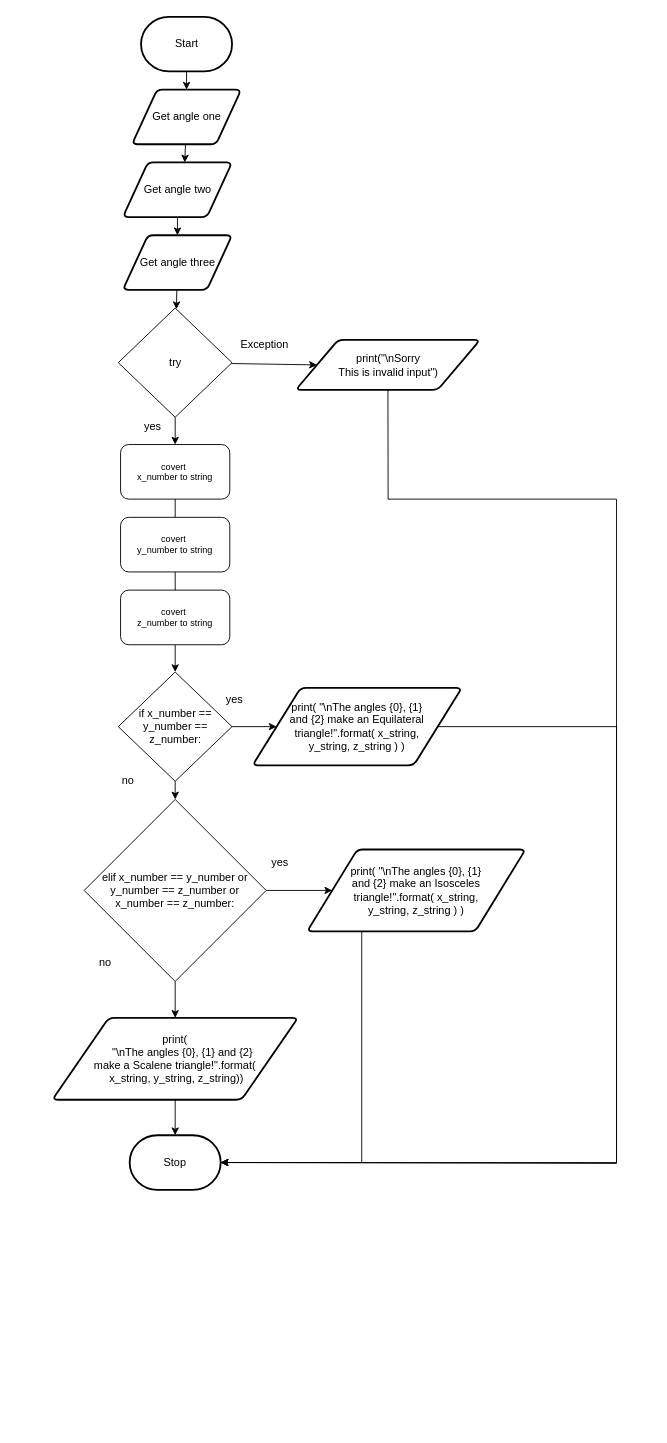
Earlier version of the draw.io diagram design/flowchart.drawio (Emmanuel-Fofeyin/ICS3U-assignment4-Python). Source tidied: cells renumbered, new cells numbered last; positions are measured from the earlier drawing's top-left corner, leaving out a move shared by most shapes. Both pictures are drawn from the tidied source at 91%, with x=0, y=0 at pixel (52, 16).
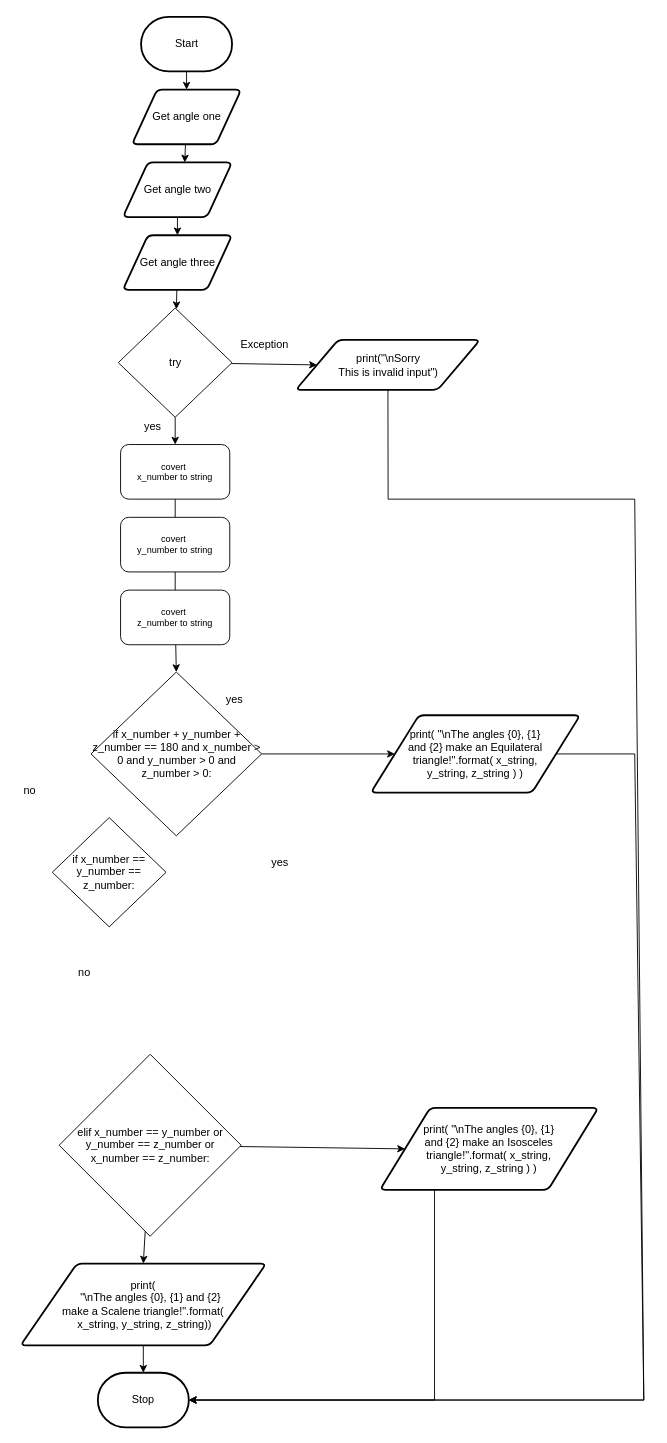
After the change.

Unchanged cells that the change refers to:
```xml
<mxCell id="12" value="print(&quot;\nSorry &lt;br&gt;This is invalid input&quot;)" style="shape=parallelogram;html=1;strokeWidth=2;perimeter=parallelogramPerimeter;whiteSpace=wrap;rounded=1;arcSize=12;size=0.23;" parent="1" vertex="1">
  <mxGeometry x="267.5" y="355" width="202.5" height="55" as="geometry" />
</mxCell>
```

Change to the diagram source:
```diff
@@
     <mxCell id="10" value="Stop" style="strokeWidth=2;html=1;shape=mxgraph.flowchart.terminator;whiteSpace=wrap;" parent="1" vertex="1">
-      <mxGeometry x="85" y="1229" width="100" height="60" as="geometry" />
+      <mxGeometry x="50" y="1490" width="100" height="60" as="geometry" />
     </mxCell>
     <mxCell id="11" style="edgeStyle=none;rounded=0;html=1;entryX=1;entryY=0.5;entryDx=0;entryDy=0;entryPerimeter=0;" parent="1" edge="1" source="12" target="10">
       <mxGeometry relative="1" as="geometry">
         <Array as="points">
           <mxPoint x="369" y="530" />
-          <mxPoint x="620" y="530" />
-          <mxPoint x="620" y="1260" />
+          <mxPoint x="640" y="530" />
+          <mxPoint x="650" y="1520" />
         </Array>
       </mxGeometry>
     </mxCell>
@@
-    <mxCell id="24" style="edgeStyle=none;html=1;entryX=0.5;entryY=0;entryDx=0;entryDy=0;" parent="1" edge="1" source="25" target="33">
-      <mxGeometry relative="1" as="geometry" />
-    </mxCell>
-    <mxCell id="25" value="if x_number == y_number == z_number:" style="rhombus;whiteSpace=wrap;html=1;" parent="1" vertex="1">
-      <mxGeometry x="72.5" y="720" width="125" height="120" as="geometry" />
+    <mxCell id="25" value="if x_number + y_number + z_number == 180 and x_number &amp;gt; 0 and y_number &amp;gt; 0 and z_number &amp;gt; 0:" style="rhombus;whiteSpace=wrap;html=1;" parent="1" vertex="1">
+      <mxGeometry x="42.5" y="720" width="187.5" height="180" as="geometry" />
     </mxCell>
@@
     <mxCell id="27" style="edgeStyle=none;rounded=0;html=1;entryX=1;entryY=0.5;entryDx=0;entryDy=0;entryPerimeter=0;" parent="1" edge="1" source="28" target="10">
       <mxGeometry relative="1" as="geometry">
         <Array as="points">
-          <mxPoint x="620" y="780" />
-          <mxPoint x="620" y="1259" />
+          <mxPoint x="640" y="810" />
+          <mxPoint x="650" y="1520" />
         </Array>
       </mxGeometry>
     </mxCell>
     <mxCell id="28" value="print( &quot;\nThe angles {0}, {1} &lt;br&gt;and {2} make an Equilateral &lt;br&gt;triangle!&quot;.format( x_string, &lt;br&gt;y_string, z_string ) )" style="shape=parallelogram;html=1;strokeWidth=2;perimeter=parallelogramPerimeter;whiteSpace=wrap;rounded=1;arcSize=12;size=0.23;" parent="1" vertex="1">
-      <mxGeometry x="220" y="737.5" width="230" height="85" as="geometry" />
+      <mxGeometry x="350" y="767.5" width="230" height="85" as="geometry" />
     </mxCell>
@@
     <mxCell id="30" value="no" style="text;html=1;align=center;verticalAlign=middle;strokeColor=none;fillColor=none;" parent="1" vertex="1">
-      <mxGeometry x="67.5" y="830" width="30" height="20" as="geometry" />
+      <mxGeometry x="-40" y="840" width="30" height="20" as="geometry" />
     </mxCell>
@@
     <mxCell id="33" value="elif x_number == y_number or y_number == z_number or x_number == z_number:" style="rhombus;whiteSpace=wrap;html=1;" parent="1" vertex="1">
-      <mxGeometry x="35" y="860" width="200" height="200" as="geometry" />
+      <mxGeometry x="7.5" y="1140" width="200" height="200" as="geometry" />
     </mxCell>
     <mxCell id="34" style="edgeStyle=none;rounded=0;html=1;exitX=0.25;exitY=1;exitDx=0;exitDy=0;entryX=1;entryY=0.5;entryDx=0;entryDy=0;entryPerimeter=0;" parent="1" edge="1" source="35" target="10">
       <mxGeometry relative="1" as="geometry">
         <Array as="points">
-          <mxPoint x="340" y="1259" />
+          <mxPoint x="420" y="1520" />
         </Array>
       </mxGeometry>
     </mxCell>
     <mxCell id="35" value="print( &quot;\nThe angles {0}, {1} &lt;br&gt;and {2} make an Isosceles &lt;br&gt;triangle!&quot;.format( x_string, &lt;br&gt;y_string, z_string ) )" style="shape=parallelogram;html=1;strokeWidth=2;perimeter=parallelogramPerimeter;whiteSpace=wrap;rounded=1;arcSize=12;size=0.23;" parent="1" vertex="1">
-      <mxGeometry x="280" y="915" width="240" height="90" as="geometry" />
+      <mxGeometry x="360" y="1199" width="240" height="90" as="geometry" />
     </mxCell>
@@
     <mxCell id="37" value="no" style="text;html=1;align=center;verticalAlign=middle;strokeColor=none;fillColor=none;" parent="1" vertex="1">
-      <mxGeometry x="42.5" y="1030" width="30" height="20" as="geometry" />
+      <mxGeometry x="20" y="1040" width="30" height="20" as="geometry" />
     </mxCell>
@@
     <mxCell id="39" value="&lt;div&gt;print(&lt;/div&gt;&lt;div&gt;&amp;nbsp; &amp;nbsp; &amp;nbsp; &quot;\nThe angles {0}, {1} and {2}&amp;nbsp;&lt;/div&gt;&lt;div&gt;make a Scalene&amp;nbsp;&lt;span&gt;triangle!&quot;.format(&lt;/span&gt;&lt;/div&gt;&lt;div&gt;&amp;nbsp;x_string, y_string, z_string&lt;span&gt;)&lt;/span&gt;&lt;span&gt;)&lt;/span&gt;&lt;/div&gt;" style="shape=parallelogram;html=1;strokeWidth=2;perimeter=parallelogramPerimeter;whiteSpace=wrap;rounded=1;arcSize=12;size=0.23;" parent="1" vertex="1">
-      <mxGeometry y="1100" width="270" height="90" as="geometry" />
+      <mxGeometry x="-35" y="1370" width="270" height="90" as="geometry" />
     </mxCell>
+    <mxCell id="40" value="if x_number == y_number == z_number:" style="rhombus;whiteSpace=wrap;html=1;" parent="1" vertex="1">
+      <mxGeometry y="880" width="125" height="120" as="geometry" />
+    </mxCell>
```
